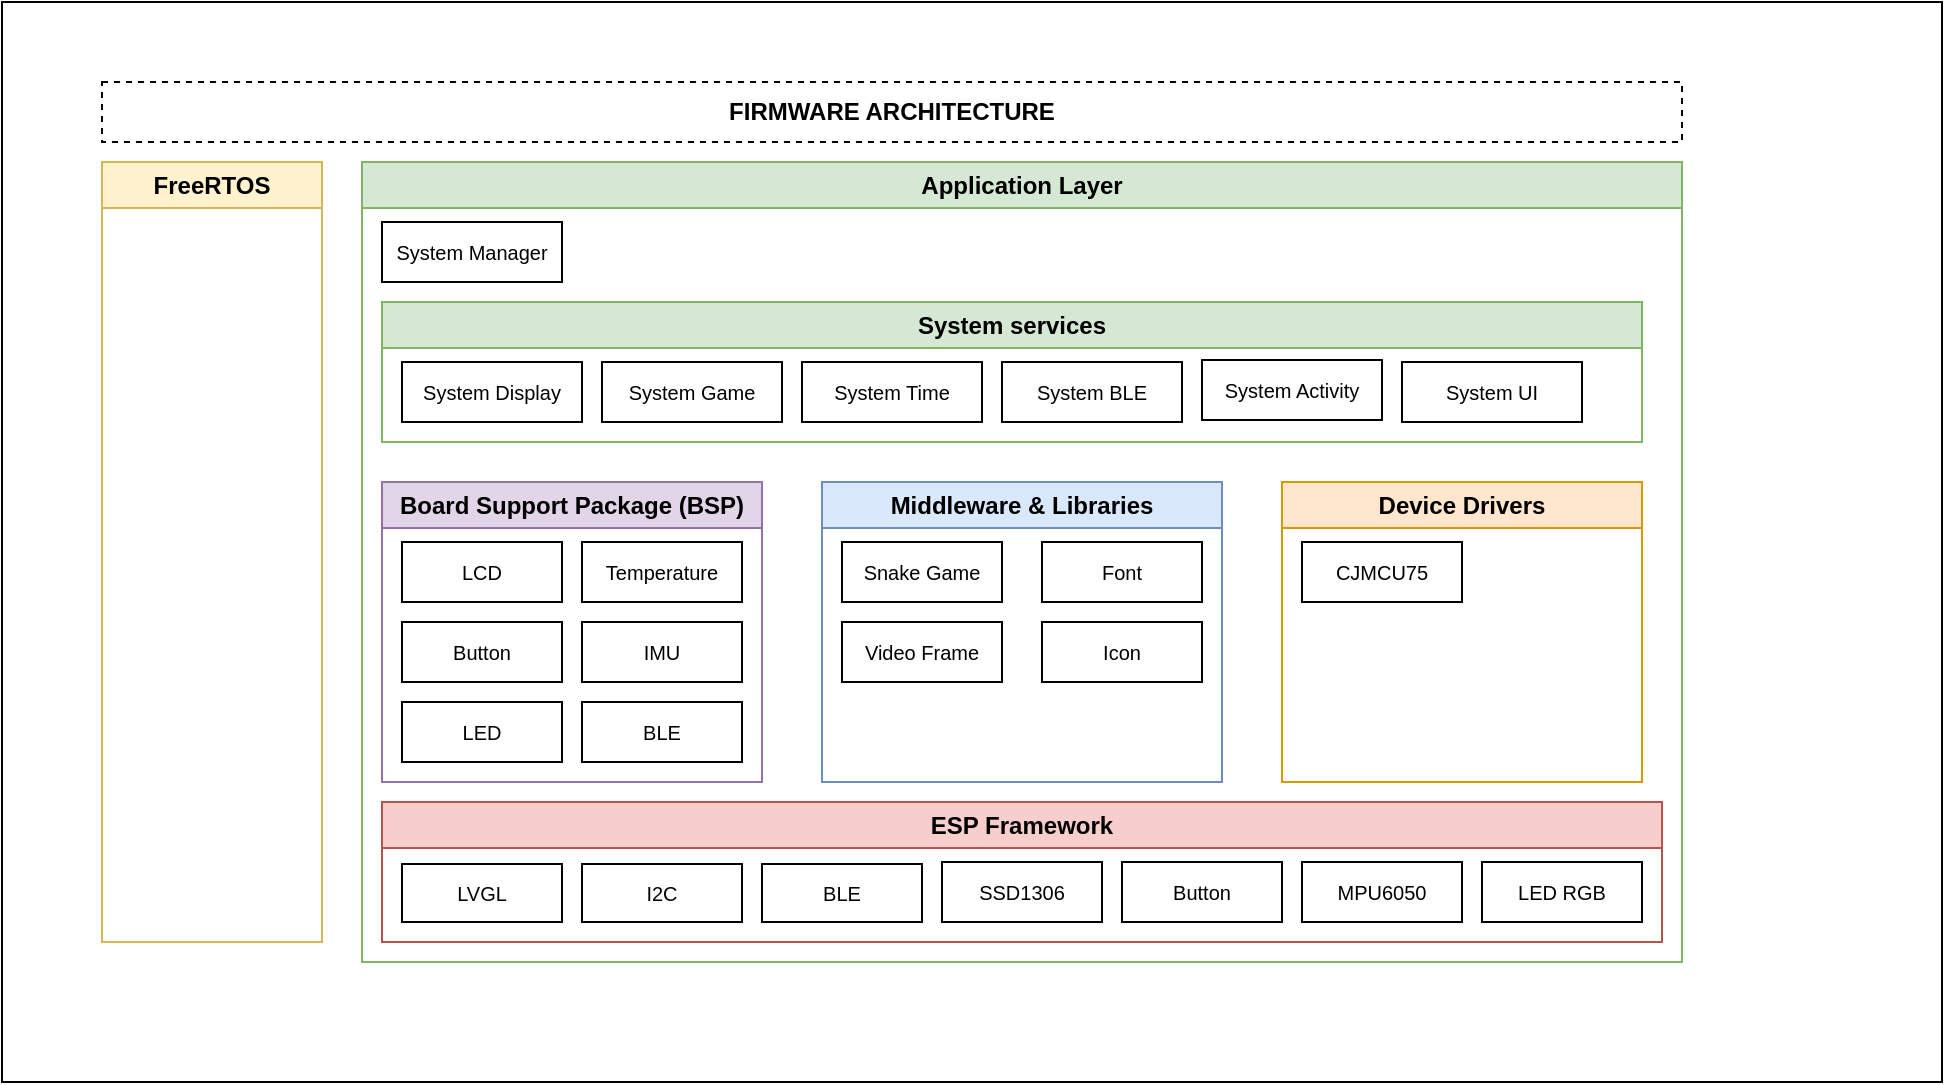
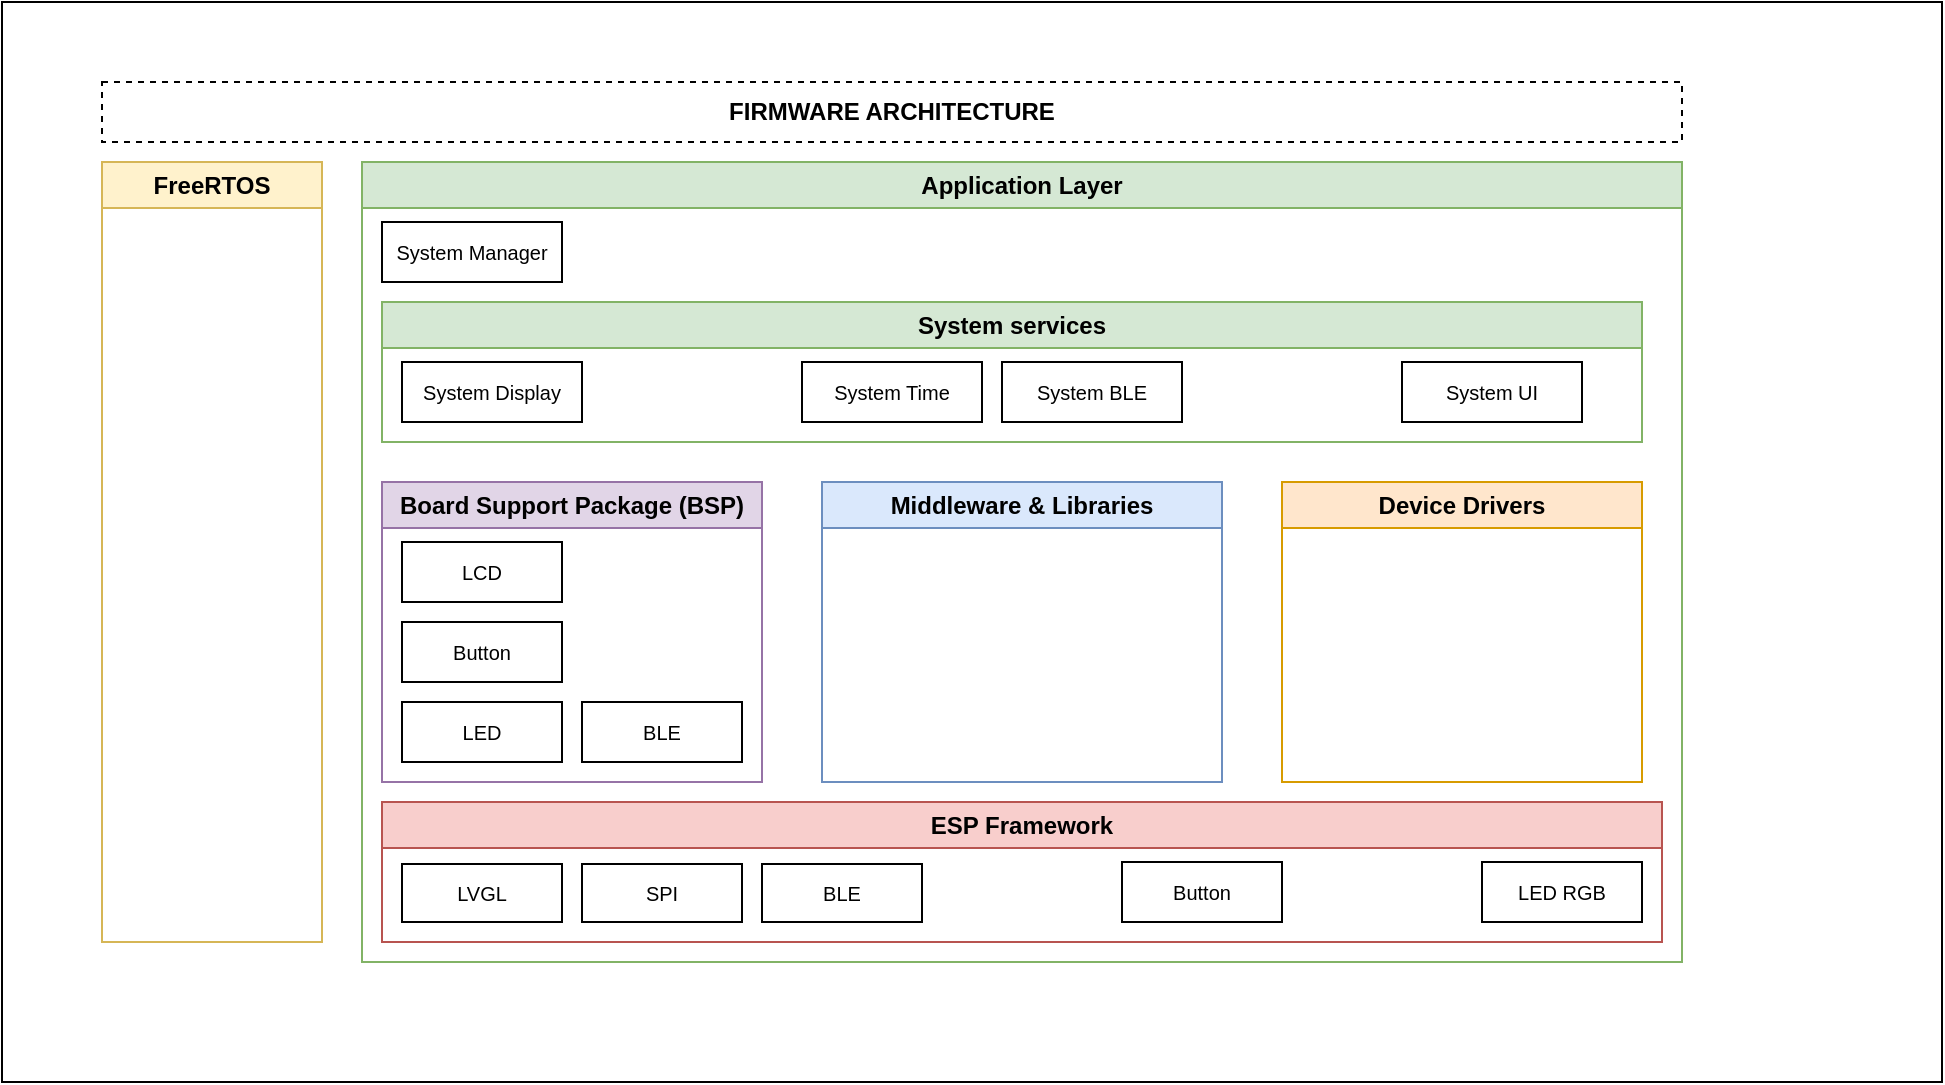
<mxfile host="65bd71144e">
    <diagram id="C5RBs43oDa-KdzZeNtuy" name="Page-1">
-         <mxGraphModel dx="2363" dy="634" grid="1" gridSize="10" guides="1" tooltips="1" connect="1" arrows="1" fold="1" page="1" pageScale="1" pageWidth="827" pageHeight="1169" math="0" shadow="0">
+         <mxGraphModel dx="2128" dy="575" grid="1" gridSize="10" guides="1" tooltips="1" connect="1" arrows="1" fold="1" page="1" pageScale="1" pageWidth="827" pageHeight="1169" math="0" shadow="0">
            <root>
                <mxCell id="WIyWlLk6GJQsqaUBKTNV-0"/>
                <mxCell id="WIyWlLk6GJQsqaUBKTNV-1" parent="WIyWlLk6GJQsqaUBKTNV-0"/>
-                 <mxCell id="16" value="" style="rounded=0;whiteSpace=wrap;html=1;" vertex="1" parent="WIyWlLk6GJQsqaUBKTNV-1">
+                 <mxCell id="16" value="" style="rounded=0;whiteSpace=wrap;html=1;" parent="WIyWlLk6GJQsqaUBKTNV-1" vertex="1">
                    <mxGeometry x="-50" y="390" width="970" height="540" as="geometry"/>
                </mxCell>
                <mxCell id="03lXVdggz8M708RV7IZC-12" value="ESP Framework" style="swimlane;whiteSpace=wrap;html=1;fillColor=#f8cecc;strokeColor=#b85450;" parent="WIyWlLk6GJQsqaUBKTNV-1" vertex="1">
                    <mxGeometry x="140" y="790" width="640" height="70" as="geometry">
                        <mxRectangle x="200" y="560" width="140" height="30" as="alternateBounds"/>
                    </mxGeometry>
                </mxCell>
                <mxCell id="dJ-mY9FMEKMFqIc_xiL3-14" value="LVGL" style="text;align=center;verticalAlign=middle;spacingLeft=4;spacingRight=4;overflow=hidden;rotatable=0;points=[[0,0.5],[1,0.5]];portConstraint=eastwest;strokeColor=default;labelPosition=center;verticalLabelPosition=middle;labelBorderColor=none;labelBackgroundColor=none;direction=north;fillColor=none;gradientColor=none;rounded=0;glass=0;shadow=0;flipH=0;flipV=1;fontSize=10;" parent="03lXVdggz8M708RV7IZC-12" vertex="1">
                    <mxGeometry x="10" y="31" width="80" height="29" as="geometry"/>
                </mxCell>
-                 <mxCell id="0" value="I2C" style="text;align=center;verticalAlign=middle;spacingLeft=4;spacingRight=4;overflow=hidden;rotatable=0;points=[[0,0.5],[1,0.5]];portConstraint=eastwest;strokeColor=default;labelPosition=center;verticalLabelPosition=middle;labelBorderColor=none;labelBackgroundColor=none;direction=north;fillColor=none;gradientColor=none;rounded=0;glass=0;shadow=0;flipH=0;flipV=1;fontSize=10;" parent="03lXVdggz8M708RV7IZC-12" vertex="1">
+                 <mxCell id="0" value="SPI" style="text;align=center;verticalAlign=middle;spacingLeft=4;spacingRight=4;overflow=hidden;rotatable=0;points=[[0,0.5],[1,0.5]];portConstraint=eastwest;strokeColor=default;labelPosition=center;verticalLabelPosition=middle;labelBorderColor=none;labelBackgroundColor=none;direction=north;fillColor=none;gradientColor=none;rounded=0;glass=0;shadow=0;flipH=0;flipV=1;fontSize=10;" parent="03lXVdggz8M708RV7IZC-12" vertex="1">
                    <mxGeometry x="100" y="31" width="80" height="29" as="geometry"/>
                </mxCell>
                <mxCell id="1" value="BLE" style="text;align=center;verticalAlign=middle;spacingLeft=4;spacingRight=4;overflow=hidden;rotatable=0;points=[[0,0.5],[1,0.5]];portConstraint=eastwest;strokeColor=default;labelPosition=center;verticalLabelPosition=middle;labelBorderColor=none;labelBackgroundColor=none;direction=north;fillColor=none;gradientColor=none;rounded=0;glass=0;shadow=0;flipH=0;flipV=1;fontSize=10;" parent="03lXVdggz8M708RV7IZC-12" vertex="1">
                    <mxGeometry x="190" y="31" width="80" height="29" as="geometry"/>
                </mxCell>
                <mxCell id="03lXVdggz8M708RV7IZC-17" value="Board Support Package (BSP)" style="swimlane;whiteSpace=wrap;html=1;fillColor=#e1d5e7;strokeColor=#9673a6;" parent="WIyWlLk6GJQsqaUBKTNV-1" vertex="1">
                    <mxGeometry x="140" y="630" width="190" height="150" as="geometry">
                        <mxRectangle x="130" y="630" width="210" height="30" as="alternateBounds"/>
                    </mxGeometry>
                </mxCell>
                <mxCell id="03lXVdggz8M708RV7IZC-18" value="LCD" style="text;align=center;verticalAlign=middle;spacingLeft=4;spacingRight=4;overflow=hidden;rotatable=0;points=[[0,0.5],[1,0.5]];portConstraint=eastwest;strokeColor=default;labelPosition=center;verticalLabelPosition=middle;labelBorderColor=none;labelBackgroundColor=none;direction=north;fillColor=none;gradientColor=none;rounded=0;glass=0;shadow=0;flipH=0;flipV=1;fontSize=10;" parent="03lXVdggz8M708RV7IZC-17" vertex="1">
                    <mxGeometry x="10" y="30" width="80" height="30" as="geometry"/>
                </mxCell>
                <mxCell id="03lXVdggz8M708RV7IZC-26" value="Middleware &amp;amp; Libraries" style="swimlane;whiteSpace=wrap;html=1;fillColor=#dae8fc;strokeColor=#6c8ebf;" parent="WIyWlLk6GJQsqaUBKTNV-1" vertex="1">
                    <mxGeometry x="360" y="630" width="200" height="150" as="geometry">
                        <mxRectangle x="300" y="550" width="210" height="30" as="alternateBounds"/>
                    </mxGeometry>
                </mxCell>
                <mxCell id="03lXVdggz8M708RV7IZC-33" value="Device Drivers" style="swimlane;whiteSpace=wrap;html=1;fillColor=#ffe6cc;strokeColor=#d79b00;" parent="WIyWlLk6GJQsqaUBKTNV-1" vertex="1">
                    <mxGeometry x="590" y="630" width="180" height="150" as="geometry">
                        <mxRectangle x="300" y="550" width="210" height="30" as="alternateBounds"/>
                    </mxGeometry>
                </mxCell>
                <mxCell id="kEuUtvvU3t5RZF5bv2r5-0" value="Application Layer" style="swimlane;whiteSpace=wrap;html=1;fillColor=#d5e8d4;strokeColor=#82b366;" parent="WIyWlLk6GJQsqaUBKTNV-1" vertex="1">
                    <mxGeometry x="130" y="470" width="660" height="400" as="geometry"/>
                </mxCell>
                <mxCell id="kEuUtvvU3t5RZF5bv2r5-1" value="System Manager" style="text;align=center;verticalAlign=middle;spacingLeft=4;spacingRight=4;overflow=hidden;rotatable=0;points=[[0,0.5],[1,0.5]];portConstraint=eastwest;strokeColor=default;labelPosition=center;verticalLabelPosition=middle;labelBorderColor=none;labelBackgroundColor=none;direction=north;fillColor=none;gradientColor=none;rounded=0;glass=0;shadow=0;flipH=0;flipV=1;fontSize=10;" parent="kEuUtvvU3t5RZF5bv2r5-0" vertex="1">
                    <mxGeometry x="10" y="30" width="90" height="30" as="geometry"/>
                </mxCell>
                <mxCell id="kEuUtvvU3t5RZF5bv2r5-2" value="System services" style="swimlane;whiteSpace=wrap;html=1;fillColor=#d5e8d4;strokeColor=#82b366;" parent="kEuUtvvU3t5RZF5bv2r5-0" vertex="1">
                    <mxGeometry x="10" y="70" width="630" height="70" as="geometry"/>
                </mxCell>
                <mxCell id="kEuUtvvU3t5RZF5bv2r5-8" value="System Display" style="text;align=center;verticalAlign=middle;spacingLeft=4;spacingRight=4;overflow=hidden;rotatable=0;points=[[0,0.5],[1,0.5]];portConstraint=eastwest;strokeColor=default;labelPosition=center;verticalLabelPosition=middle;labelBorderColor=none;labelBackgroundColor=none;direction=north;fillColor=none;gradientColor=none;rounded=0;glass=0;shadow=0;flipH=0;flipV=1;fontSize=10;" parent="kEuUtvvU3t5RZF5bv2r5-2" vertex="1">
                    <mxGeometry x="10" y="30" width="90" height="30" as="geometry"/>
                </mxCell>
-                 <mxCell id="4WNq6dkGZhFRM5AII1HJ-0" value="System Game" style="text;align=center;verticalAlign=middle;spacingLeft=4;spacingRight=4;overflow=hidden;rotatable=0;points=[[0,0.5],[1,0.5]];portConstraint=eastwest;strokeColor=default;labelPosition=center;verticalLabelPosition=middle;labelBorderColor=none;labelBackgroundColor=none;direction=north;fillColor=none;gradientColor=none;rounded=0;glass=0;shadow=0;flipH=0;flipV=1;fontSize=10;" parent="kEuUtvvU3t5RZF5bv2r5-2" vertex="1">
-                     <mxGeometry x="110" y="30" width="90" height="30" as="geometry"/>
-                 </mxCell>
                <mxCell id="dJ-mY9FMEKMFqIc_xiL3-1" value="System Time" style="text;align=center;verticalAlign=middle;spacingLeft=4;spacingRight=4;overflow=hidden;rotatable=0;points=[[0,0.5],[1,0.5]];portConstraint=eastwest;strokeColor=default;labelPosition=center;verticalLabelPosition=middle;labelBorderColor=none;labelBackgroundColor=none;direction=north;fillColor=none;gradientColor=none;rounded=0;glass=0;shadow=0;flipH=0;flipV=1;fontSize=10;" parent="kEuUtvvU3t5RZF5bv2r5-2" vertex="1">
                    <mxGeometry x="210" y="30" width="90" height="30" as="geometry"/>
                </mxCell>
-                 <mxCell id="13" value="System BLE" style="text;align=center;verticalAlign=middle;spacingLeft=4;spacingRight=4;overflow=hidden;rotatable=0;points=[[0,0.5],[1,0.5]];portConstraint=eastwest;strokeColor=default;labelPosition=center;verticalLabelPosition=middle;labelBorderColor=none;labelBackgroundColor=none;direction=north;fillColor=none;gradientColor=none;rounded=0;glass=0;shadow=0;flipH=0;flipV=1;fontSize=10;" vertex="1" parent="kEuUtvvU3t5RZF5bv2r5-2">
+                 <mxCell id="13" value="System BLE" style="text;align=center;verticalAlign=middle;spacingLeft=4;spacingRight=4;overflow=hidden;rotatable=0;points=[[0,0.5],[1,0.5]];portConstraint=eastwest;strokeColor=default;labelPosition=center;verticalLabelPosition=middle;labelBorderColor=none;labelBackgroundColor=none;direction=north;fillColor=none;gradientColor=none;rounded=0;glass=0;shadow=0;flipH=0;flipV=1;fontSize=10;" parent="kEuUtvvU3t5RZF5bv2r5-2" vertex="1">
                    <mxGeometry x="310" y="30" width="90" height="30" as="geometry"/>
                </mxCell>
-                 <mxCell id="14" value="System Activity" style="text;align=center;verticalAlign=middle;spacingLeft=4;spacingRight=4;overflow=hidden;rotatable=0;points=[[0,0.5],[1,0.5]];portConstraint=eastwest;strokeColor=default;labelPosition=center;verticalLabelPosition=middle;labelBorderColor=none;labelBackgroundColor=none;direction=north;fillColor=none;gradientColor=none;rounded=0;glass=0;shadow=0;flipH=0;flipV=1;fontSize=10;" vertex="1" parent="kEuUtvvU3t5RZF5bv2r5-2">
-                     <mxGeometry x="410" y="29" width="90" height="30" as="geometry"/>
-                 </mxCell>
-                 <mxCell id="15" value="System UI" style="text;align=center;verticalAlign=middle;spacingLeft=4;spacingRight=4;overflow=hidden;rotatable=0;points=[[0,0.5],[1,0.5]];portConstraint=eastwest;strokeColor=default;labelPosition=center;verticalLabelPosition=middle;labelBorderColor=none;labelBackgroundColor=none;direction=north;fillColor=none;gradientColor=none;rounded=0;glass=0;shadow=0;flipH=0;flipV=1;fontSize=10;" vertex="1" parent="kEuUtvvU3t5RZF5bv2r5-2">
+                 <mxCell id="15" value="System UI" style="text;align=center;verticalAlign=middle;spacingLeft=4;spacingRight=4;overflow=hidden;rotatable=0;points=[[0,0.5],[1,0.5]];portConstraint=eastwest;strokeColor=default;labelPosition=center;verticalLabelPosition=middle;labelBorderColor=none;labelBackgroundColor=none;direction=north;fillColor=none;gradientColor=none;rounded=0;glass=0;shadow=0;flipH=0;flipV=1;fontSize=10;" parent="kEuUtvvU3t5RZF5bv2r5-2" vertex="1">
                    <mxGeometry x="510" y="30" width="90" height="30" as="geometry"/>
                </mxCell>
-                 <mxCell id="2" value="FreeRTOS" style="swimlane;whiteSpace=wrap;html=1;fillColor=#fff2cc;strokeColor=#d6b656;startSize=23;" vertex="1" parent="kEuUtvvU3t5RZF5bv2r5-0">
+                 <mxCell id="2" value="FreeRTOS" style="swimlane;whiteSpace=wrap;html=1;fillColor=#fff2cc;strokeColor=#d6b656;startSize=23;" parent="kEuUtvvU3t5RZF5bv2r5-0" vertex="1">
                    <mxGeometry x="-130" width="110" height="390" as="geometry">
                        <mxRectangle x="200" y="560" width="140" height="30" as="alternateBounds"/>
                    </mxGeometry>
                </mxCell>
-                 <mxCell id="dJ-mY9FMEKMFqIc_xiL3-5" value="Snake Game" style="text;align=center;verticalAlign=middle;spacingLeft=4;spacingRight=4;overflow=hidden;rotatable=0;points=[[0,0.5],[1,0.5]];portConstraint=eastwest;strokeColor=default;labelPosition=center;verticalLabelPosition=middle;labelBorderColor=none;labelBackgroundColor=none;direction=north;fillColor=none;gradientColor=none;rounded=0;glass=0;shadow=0;flipH=0;flipV=1;fontSize=10;" parent="kEuUtvvU3t5RZF5bv2r5-0" vertex="1">
-                     <mxGeometry x="240" y="190" width="80" height="30" as="geometry"/>
-                 </mxCell>
-                 <mxCell id="dJ-mY9FMEKMFqIc_xiL3-2" value="Font" style="text;align=center;verticalAlign=middle;spacingLeft=4;spacingRight=4;overflow=hidden;rotatable=0;points=[[0,0.5],[1,0.5]];portConstraint=eastwest;strokeColor=default;labelPosition=center;verticalLabelPosition=middle;labelBorderColor=none;labelBackgroundColor=none;direction=north;fillColor=none;gradientColor=none;rounded=0;glass=0;shadow=0;flipH=0;flipV=1;fontSize=10;" parent="kEuUtvvU3t5RZF5bv2r5-0" vertex="1">
-                     <mxGeometry x="340" y="190" width="80" height="30" as="geometry"/>
-                 </mxCell>
-                 <mxCell id="dJ-mY9FMEKMFqIc_xiL3-7" value="Video Frame" style="text;align=center;verticalAlign=middle;spacingLeft=4;spacingRight=4;overflow=hidden;rotatable=0;points=[[0,0.5],[1,0.5]];portConstraint=eastwest;strokeColor=default;labelPosition=center;verticalLabelPosition=middle;labelBorderColor=none;labelBackgroundColor=none;direction=north;fillColor=none;gradientColor=none;rounded=0;glass=0;shadow=0;flipH=0;flipV=1;fontSize=10;" parent="kEuUtvvU3t5RZF5bv2r5-0" vertex="1">
-                     <mxGeometry x="240" y="230" width="80" height="30" as="geometry"/>
-                 </mxCell>
-                 <mxCell id="dJ-mY9FMEKMFqIc_xiL3-3" value="Icon" style="text;align=center;verticalAlign=middle;spacingLeft=4;spacingRight=4;overflow=hidden;rotatable=0;points=[[0,0.5],[1,0.5]];portConstraint=eastwest;strokeColor=default;labelPosition=center;verticalLabelPosition=middle;labelBorderColor=none;labelBackgroundColor=none;direction=north;fillColor=none;gradientColor=none;rounded=0;glass=0;shadow=0;flipH=0;flipV=1;fontSize=10;" parent="kEuUtvvU3t5RZF5bv2r5-0" vertex="1">
-                     <mxGeometry x="340" y="230" width="80" height="30" as="geometry"/>
-                 </mxCell>
-                 <mxCell id="dJ-mY9FMEKMFqIc_xiL3-9" value="SSD1306" style="text;align=center;verticalAlign=middle;spacingLeft=4;spacingRight=4;overflow=hidden;rotatable=0;points=[[0,0.5],[1,0.5]];portConstraint=eastwest;strokeColor=default;labelPosition=center;verticalLabelPosition=middle;labelBorderColor=none;labelBackgroundColor=none;direction=north;fillColor=none;gradientColor=none;rounded=0;glass=0;shadow=0;flipH=0;flipV=1;fontSize=10;" parent="kEuUtvvU3t5RZF5bv2r5-0" vertex="1">
-                     <mxGeometry x="290" y="350" width="80" height="30" as="geometry"/>
-                 </mxCell>
                <mxCell id="03lXVdggz8M708RV7IZC-34" value="Button" style="text;align=center;verticalAlign=middle;spacingLeft=4;spacingRight=4;overflow=hidden;rotatable=0;points=[[0,0.5],[1,0.5]];portConstraint=eastwest;strokeColor=default;labelPosition=center;verticalLabelPosition=middle;labelBorderColor=none;labelBackgroundColor=none;direction=north;fillColor=none;gradientColor=none;rounded=0;glass=0;shadow=0;flipH=0;flipV=1;fontSize=10;" parent="kEuUtvvU3t5RZF5bv2r5-0" vertex="1">
                    <mxGeometry x="380" y="350" width="80" height="30" as="geometry"/>
                </mxCell>
-                 <mxCell id="03lXVdggz8M708RV7IZC-36" value="CJMCU75" style="text;align=center;verticalAlign=middle;spacingLeft=4;spacingRight=4;overflow=hidden;rotatable=0;points=[[0,0.5],[1,0.5]];portConstraint=eastwest;strokeColor=default;labelPosition=center;verticalLabelPosition=middle;labelBorderColor=none;labelBackgroundColor=none;direction=north;fillColor=none;gradientColor=none;rounded=0;glass=0;shadow=0;flipH=0;flipV=1;fontSize=10;" parent="kEuUtvvU3t5RZF5bv2r5-0" vertex="1">
-                     <mxGeometry x="470" y="190" width="80" height="30" as="geometry"/>
-                 </mxCell>
-                 <mxCell id="6" value="MPU6050" style="text;align=center;verticalAlign=middle;spacingLeft=4;spacingRight=4;overflow=hidden;rotatable=0;points=[[0,0.5],[1,0.5]];portConstraint=eastwest;strokeColor=default;labelPosition=center;verticalLabelPosition=middle;labelBorderColor=none;labelBackgroundColor=none;direction=north;fillColor=none;gradientColor=none;rounded=0;glass=0;shadow=0;flipH=0;flipV=1;fontSize=10;" vertex="1" parent="kEuUtvvU3t5RZF5bv2r5-0">
-                     <mxGeometry x="470" y="350" width="80" height="30" as="geometry"/>
-                 </mxCell>
-                 <mxCell id="7" value="LED RGB" style="text;align=center;verticalAlign=middle;spacingLeft=4;spacingRight=4;overflow=hidden;rotatable=0;points=[[0,0.5],[1,0.5]];portConstraint=eastwest;strokeColor=default;labelPosition=center;verticalLabelPosition=middle;labelBorderColor=none;labelBackgroundColor=none;direction=north;fillColor=none;gradientColor=none;rounded=0;glass=0;shadow=0;flipH=0;flipV=1;fontSize=10;" vertex="1" parent="kEuUtvvU3t5RZF5bv2r5-0">
+                 <mxCell id="7" value="LED RGB" style="text;align=center;verticalAlign=middle;spacingLeft=4;spacingRight=4;overflow=hidden;rotatable=0;points=[[0,0.5],[1,0.5]];portConstraint=eastwest;strokeColor=default;labelPosition=center;verticalLabelPosition=middle;labelBorderColor=none;labelBackgroundColor=none;direction=north;fillColor=none;gradientColor=none;rounded=0;glass=0;shadow=0;flipH=0;flipV=1;fontSize=10;" parent="kEuUtvvU3t5RZF5bv2r5-0" vertex="1">
                    <mxGeometry x="560" y="350" width="80" height="30" as="geometry"/>
                </mxCell>
-                 <mxCell id="8" value="Temperature" style="text;align=center;verticalAlign=middle;spacingLeft=4;spacingRight=4;overflow=hidden;rotatable=0;points=[[0,0.5],[1,0.5]];portConstraint=eastwest;strokeColor=default;labelPosition=center;verticalLabelPosition=middle;labelBorderColor=none;labelBackgroundColor=none;direction=north;fillColor=none;gradientColor=none;rounded=0;glass=0;shadow=0;flipH=0;flipV=1;fontSize=10;" vertex="1" parent="kEuUtvvU3t5RZF5bv2r5-0">
-                     <mxGeometry x="110" y="190" width="80" height="30" as="geometry"/>
-                 </mxCell>
-                 <mxCell id="9" value="Button" style="text;align=center;verticalAlign=middle;spacingLeft=4;spacingRight=4;overflow=hidden;rotatable=0;points=[[0,0.5],[1,0.5]];portConstraint=eastwest;strokeColor=default;labelPosition=center;verticalLabelPosition=middle;labelBorderColor=none;labelBackgroundColor=none;direction=north;fillColor=none;gradientColor=none;rounded=0;glass=0;shadow=0;flipH=0;flipV=1;fontSize=10;" vertex="1" parent="kEuUtvvU3t5RZF5bv2r5-0">
+                 <mxCell id="9" value="Button" style="text;align=center;verticalAlign=middle;spacingLeft=4;spacingRight=4;overflow=hidden;rotatable=0;points=[[0,0.5],[1,0.5]];portConstraint=eastwest;strokeColor=default;labelPosition=center;verticalLabelPosition=middle;labelBorderColor=none;labelBackgroundColor=none;direction=north;fillColor=none;gradientColor=none;rounded=0;glass=0;shadow=0;flipH=0;flipV=1;fontSize=10;" parent="kEuUtvvU3t5RZF5bv2r5-0" vertex="1">
                    <mxGeometry x="20" y="230" width="80" height="30" as="geometry"/>
                </mxCell>
-                 <mxCell id="10" value="IMU" style="text;align=center;verticalAlign=middle;spacingLeft=4;spacingRight=4;overflow=hidden;rotatable=0;points=[[0,0.5],[1,0.5]];portConstraint=eastwest;strokeColor=default;labelPosition=center;verticalLabelPosition=middle;labelBorderColor=none;labelBackgroundColor=none;direction=north;fillColor=none;gradientColor=none;rounded=0;glass=0;shadow=0;flipH=0;flipV=1;fontSize=10;" vertex="1" parent="kEuUtvvU3t5RZF5bv2r5-0">
-                     <mxGeometry x="110" y="230" width="80" height="30" as="geometry"/>
-                 </mxCell>
-                 <mxCell id="11" value="LED" style="text;align=center;verticalAlign=middle;spacingLeft=4;spacingRight=4;overflow=hidden;rotatable=0;points=[[0,0.5],[1,0.5]];portConstraint=eastwest;strokeColor=default;labelPosition=center;verticalLabelPosition=middle;labelBorderColor=none;labelBackgroundColor=none;direction=north;fillColor=none;gradientColor=none;rounded=0;glass=0;shadow=0;flipH=0;flipV=1;fontSize=10;" vertex="1" parent="kEuUtvvU3t5RZF5bv2r5-0">
+                 <mxCell id="11" value="LED" style="text;align=center;verticalAlign=middle;spacingLeft=4;spacingRight=4;overflow=hidden;rotatable=0;points=[[0,0.5],[1,0.5]];portConstraint=eastwest;strokeColor=default;labelPosition=center;verticalLabelPosition=middle;labelBorderColor=none;labelBackgroundColor=none;direction=north;fillColor=none;gradientColor=none;rounded=0;glass=0;shadow=0;flipH=0;flipV=1;fontSize=10;" parent="kEuUtvvU3t5RZF5bv2r5-0" vertex="1">
                    <mxGeometry x="20" y="270" width="80" height="30" as="geometry"/>
                </mxCell>
-                 <mxCell id="12" value="BLE" style="text;align=center;verticalAlign=middle;spacingLeft=4;spacingRight=4;overflow=hidden;rotatable=0;points=[[0,0.5],[1,0.5]];portConstraint=eastwest;strokeColor=default;labelPosition=center;verticalLabelPosition=middle;labelBorderColor=none;labelBackgroundColor=none;direction=north;fillColor=none;gradientColor=none;rounded=0;glass=0;shadow=0;flipH=0;flipV=1;fontSize=10;" vertex="1" parent="kEuUtvvU3t5RZF5bv2r5-0">
+                 <mxCell id="12" value="BLE" style="text;align=center;verticalAlign=middle;spacingLeft=4;spacingRight=4;overflow=hidden;rotatable=0;points=[[0,0.5],[1,0.5]];portConstraint=eastwest;strokeColor=default;labelPosition=center;verticalLabelPosition=middle;labelBorderColor=none;labelBackgroundColor=none;direction=north;fillColor=none;gradientColor=none;rounded=0;glass=0;shadow=0;flipH=0;flipV=1;fontSize=10;" parent="kEuUtvvU3t5RZF5bv2r5-0" vertex="1">
                    <mxGeometry x="110" y="270" width="80" height="30" as="geometry"/>
                </mxCell>
                <mxCell id="kEuUtvvU3t5RZF5bv2r5-4" value="&lt;b&gt;FIRMWARE ARCHITECTURE&lt;/b&gt;" style="rounded=0;whiteSpace=wrap;html=1;dashed=1;" parent="WIyWlLk6GJQsqaUBKTNV-1" vertex="1">
                    <mxGeometry y="430" width="790" height="30" as="geometry"/>
                </mxCell>
            </root>
        </mxGraphModel>
    </diagram>
</mxfile>